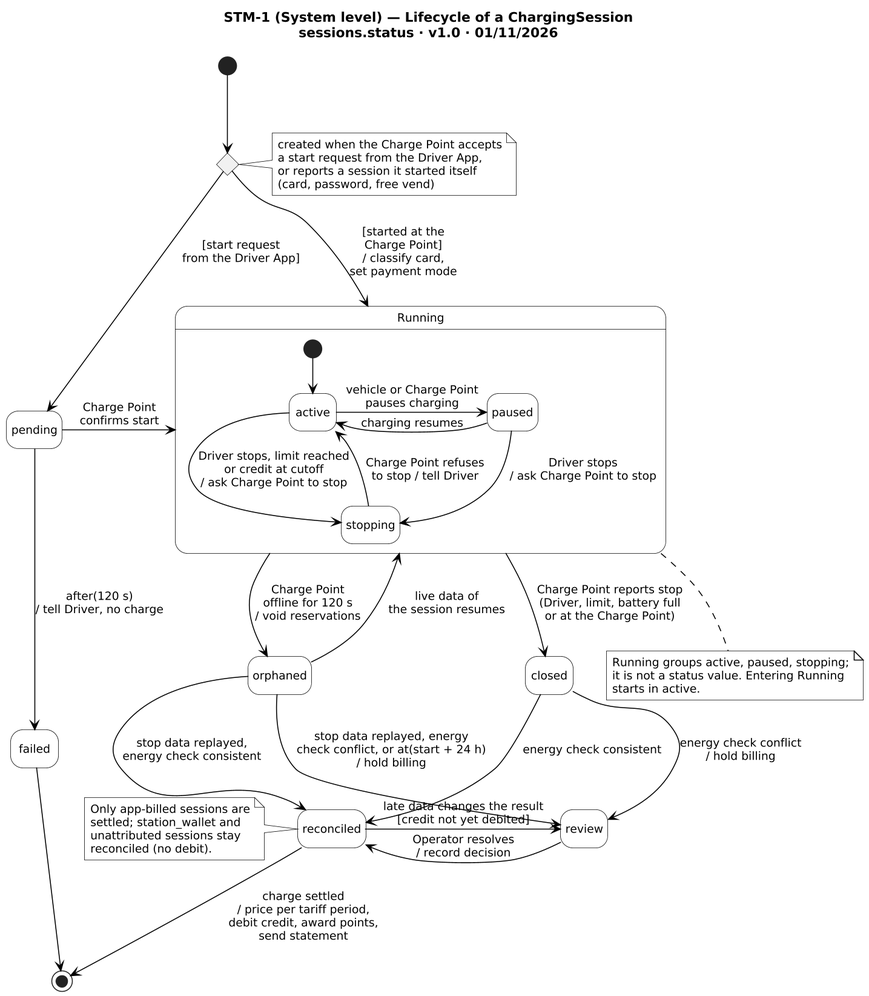
This is diagrams/report4/state/STM-1/STM-1.png from PowerMeApp/powerme, a PlantUML export, as it was before one commit.
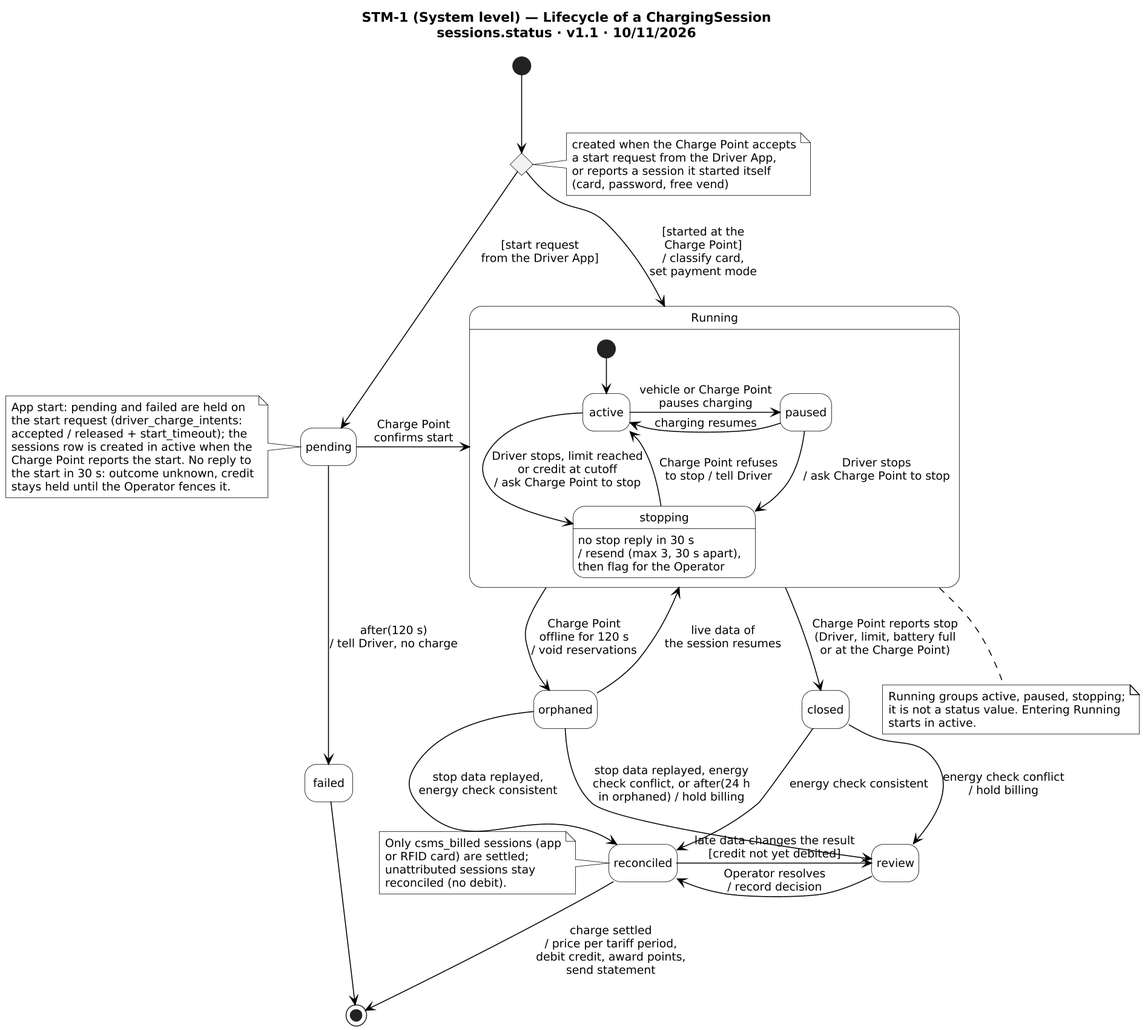
After the commit.

Diff of the diagram source:
```diff
@@ -1,6 +1,6 @@
 @startuml STM-1
 !include _style.iuml
-title STM-1 (System level) — Lifecycle of a ChargingSession\nsessions.status · v1.0 · 01/11/2026
+title STM-1 (System level) — Lifecycle of a ChargingSession\nsessions.status · v1.1 · 10/11/2026
 
 state c0 <<choice>>
 [*] -down-> c0
@@ -20,10 +20,20 @@
   active -down-> stopping : Driver stops, limit reached\nor credit at cutoff\n/ ask Charge Point to stop
   paused -down-> stopping : Driver stops\n/ ask Charge Point to stop
   stopping -up-> active : Charge Point refuses\nto stop / tell Driver
+  stopping : no stop reply in 30 s\n/ resend (max 3, 30 s apart),\nthen flag for the Operator
 }
 
 pending -right-> Running : Charge Point\nconfirms start
 pending -down-> failed : after(120 s)\n/ tell Driver, no charge
+note left of pending
+  App start: pending and failed are held on
+  the start request (driver_charge_intents:
+  accepted / released + start_timeout); the
+  sessions row is created in active when the
+  Charge Point reports the start. No reply to
+  the start in 30 s: outcome unknown, credit
+  stays held until the Operator fences it.
+end note
 failed -down-> [*]
 
 Running -down-> closed : Charge Point reports stop\n(Driver, limit, battery full\nor at the Charge Point)
@@ -33,13 +43,13 @@
 closed -down-> reconciled : energy check consistent
 closed -down-> review : energy check conflict\n/ hold billing
 orphaned -down-> reconciled : stop data replayed,\nenergy check consistent
-orphaned -down-> review : stop data replayed, energy\ncheck conflict, or at(start + 24 h)\n/ hold billing
+orphaned -down-> review : stop data replayed, energy\ncheck conflict, or after(24 h\nin orphaned) / hold billing
 review -left-> reconciled : Operator resolves\n/ record decision
 reconciled -right-> review : late data changes the result\n[credit not yet debited]
 reconciled -down-> [*] : charge settled\n/ price per tariff period,\ndebit credit, award points,\nsend statement
 note left of reconciled
-  Only app-billed sessions are
-  settled; station_wallet and
+  Only csms_billed sessions (app
+  or RFID card) are settled;
   unattributed sessions stay
   reconciled (no debit).
 end note
```
